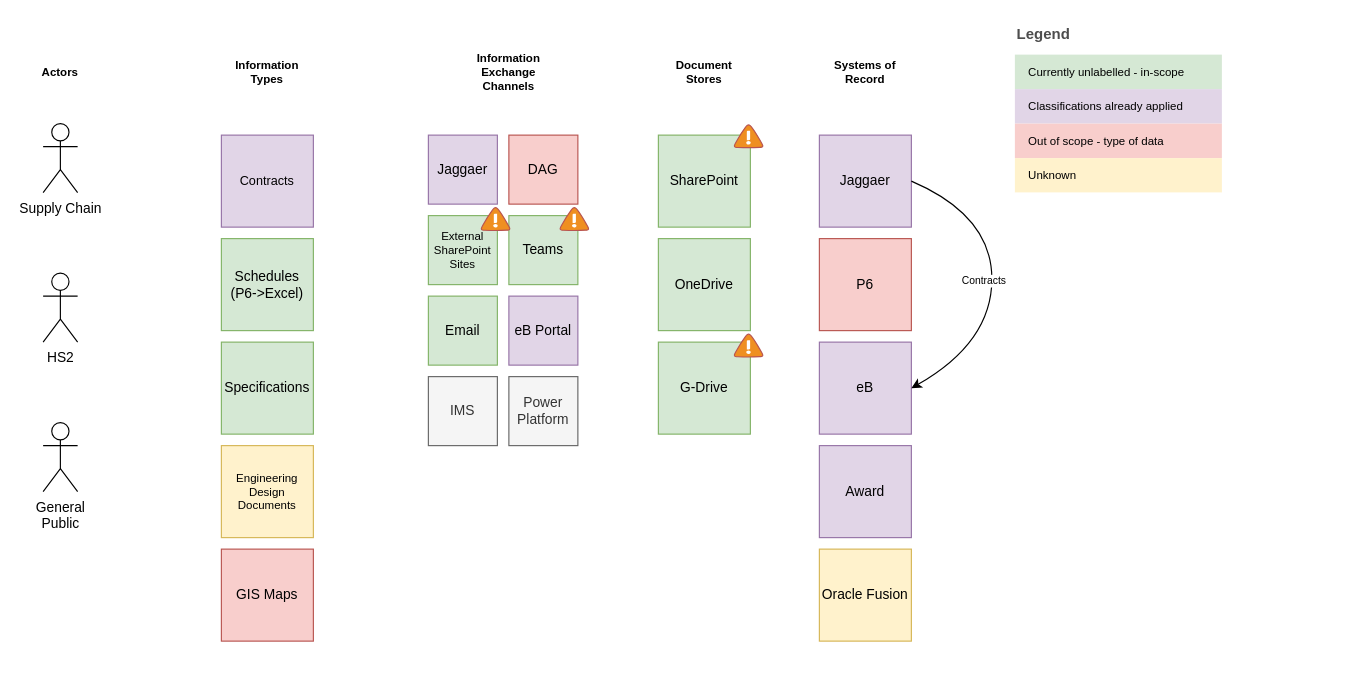
This is page "Page-1" (1 of 2) of DLP.drawio from martinlt/reference, a draw.io file, before an edit. Source tidied: cells renumbered, new cells numbered last; positions are measured from the earlier drawing's top-left corner, leaving out a move shared by most shapes. Both pictures are drawn from the tidied source at 115%, with x=0, y=0 at pixel (25, 20).
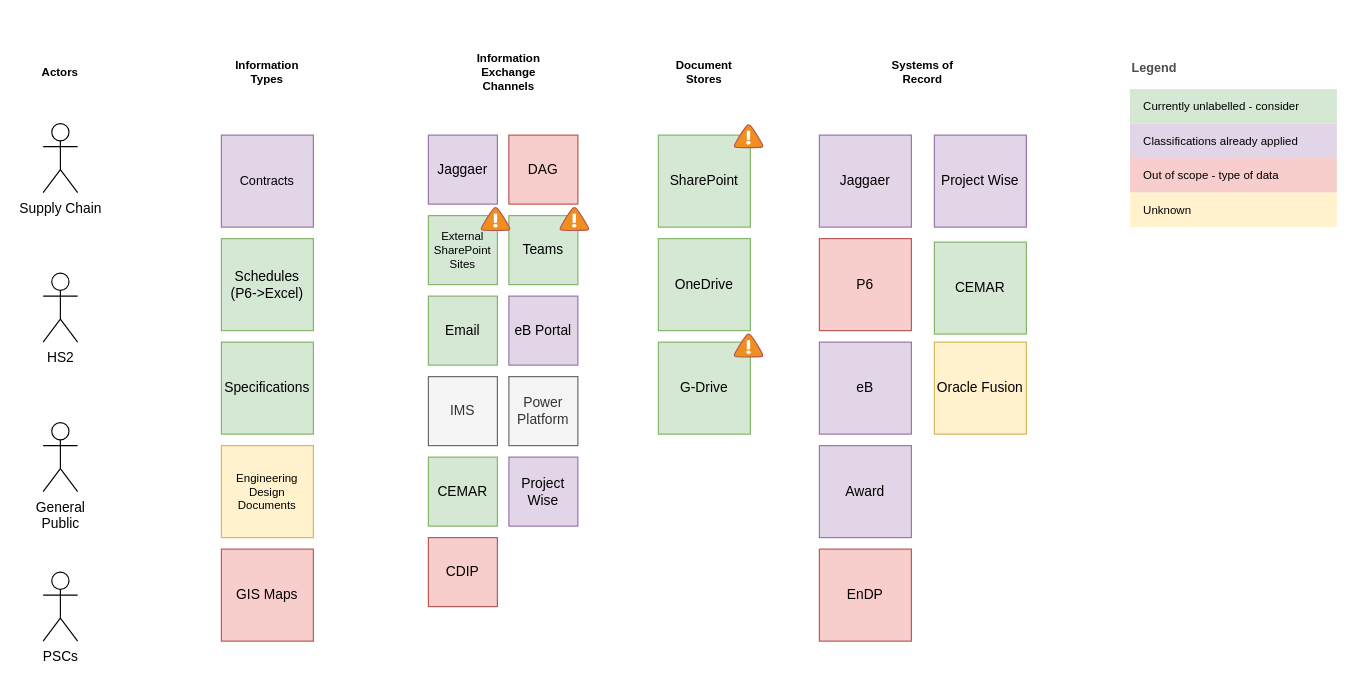
Above is the later version.

The change refers to these unchanged cells:
```xml
<mxCell id="4" value="eB" style="whiteSpace=wrap;html=1;fillColor=#e1d5e7;strokeColor=#9673a6;" parent="1" vertex="1">
  <mxGeometry x="690" y="280" width="80" height="80" as="geometry" />
</mxCell>
<mxCell id="14" value="Jaggaer" style="whiteSpace=wrap;html=1;fillColor=#e1d5e7;strokeColor=#9673a6;" parent="1" vertex="1">
  <mxGeometry x="690" y="100" width="80" height="80" as="geometry" />
</mxCell>
```

What changed in the source:
```diff
@@
     <mxCell id="18" value="Systems of Record" style="text;html=1;strokeColor=none;fillColor=none;align=center;verticalAlign=middle;whiteSpace=wrap;rounded=0;fontSize=10;fontStyle=1;" parent="1" vertex="1">
-      <mxGeometry x="700" y="30" width="60" height="30" as="geometry" />
+      <mxGeometry x="750" y="30" width="60" height="30" as="geometry" />
     </mxCell>
@@
-    <mxCell id="27" value="Legend" style="align=left;fontSize=13;fontStyle=1;strokeColor=none;fillColor=none;fontColor=#4D4D4D;spacingTop=-8;" parent="1" vertex="1">
-      <mxGeometry x="860" width="180" height="30" as="geometry" />
+    <mxCell id="27" value="Legend" style="align=left;fontSize=11;fontStyle=1;strokeColor=none;fillColor=none;fontColor=#4D4D4D;spacingTop=-8;" parent="1" vertex="1">
+      <mxGeometry x="960" y="30" width="180" height="30" as="geometry" />
     </mxCell>
     <mxCell id="28" style="shape=table;html=1;whiteSpace=wrap;startSize=0;childLayout=tableLayout;fillColor=none;align=left;spacingLeft=10;strokeColor=none;rounded=1;arcSize=11;fontColor=#FFFFFF;fontSize=10;" parent="1" vertex="1">
-      <mxGeometry x="860" y="30" width="180" height="180" as="geometry" />
+      <mxGeometry x="960" y="60" width="180" height="180" as="geometry" />
     </mxCell>
-    <mxCell id="29" value="Currently unlabelled - in-scope" style="shape=partialRectangle;html=1;whiteSpace=wrap;fillColor=#d5e8d4;top=0;left=0;bottom=0;right=0;overflow=hidden;align=left;spacingLeft=10;strokeColor=#82b366;fontSize=10;" parent="28" vertex="1">
+    <mxCell id="29" value="Currently unlabelled - consider" style="shape=partialRectangle;html=1;whiteSpace=wrap;fillColor=#d5e8d4;top=0;left=0;bottom=0;right=0;overflow=hidden;align=left;spacingLeft=10;strokeColor=#82b366;fontSize=10;" parent="28" vertex="1">
       <mxGeometry width="180" height="30" as="geometry" />
     </mxCell>
@@
     <mxCell id="35" value="Oracle Fusion" style="whiteSpace=wrap;html=1;fillColor=#fff2cc;strokeColor=#d6b656;" parent="1" vertex="1">
-      <mxGeometry x="690" y="460" width="80" height="80" as="geometry" />
+      <mxGeometry x="790" y="280" width="80" height="80" as="geometry" />
     </mxCell>
-    <mxCell id="36" value="Contracts" style="endArrow=classic;html=1;fontSize=9;exitX=1;exitY=0.5;exitDx=0;exitDy=0;entryX=1;entryY=0.5;entryDx=0;entryDy=0;curved=1;" parent="1" edge="1" source="14" target="4">
-      <mxGeometry y="-7" relative="1" as="geometry">
-        <Array as="points">
-          <mxPoint x="840" y="170" />
-          <mxPoint x="840" y="280" />
-        </Array>
-      </mxGeometry>
-    </mxCell>
@@
+    <mxCell id="44" value="PSCs" style="shape=umlActor;verticalLabelPosition=bottom;verticalAlign=top;html=1;" parent="1" vertex="1">
+      <mxGeometry x="15" y="480" width="30" height="60" as="geometry" />
+    </mxCell>
+    <mxCell id="45" value="Project&lt;br&gt;Wise" style="whiteSpace=wrap;html=1;fillColor=#e1d5e7;strokeColor=#9673a6;" parent="1" vertex="1">
+      <mxGeometry x="420" y="380" width="60" height="60" as="geometry" />
+    </mxCell>
+    <mxCell id="46" value="CEMAR" style="whiteSpace=wrap;html=1;fillColor=#d5e8d4;strokeColor=#82b366;" parent="1" vertex="1">
+      <mxGeometry x="350" y="380" width="60" height="60" as="geometry" />
+    </mxCell>
+    <mxCell id="47" value="CDIP" style="whiteSpace=wrap;html=1;fillColor=#f8cecc;strokeColor=#b85450;" parent="1" vertex="1">
+      <mxGeometry x="350" y="450" width="60" height="60" as="geometry" />
+    </mxCell>
+    <mxCell id="48" value="CEMAR" style="whiteSpace=wrap;html=1;fillColor=#d5e8d4;strokeColor=#82b366;" parent="1" vertex="1">
+      <mxGeometry x="790" y="193" width="80" height="80" as="geometry" />
+    </mxCell>
+    <mxCell id="49" value="Project Wise" style="whiteSpace=wrap;html=1;fillColor=#e1d5e7;strokeColor=#9673a6;" parent="1" vertex="1">
+      <mxGeometry x="790" y="100" width="80" height="80" as="geometry" />
+    </mxCell>
+    <mxCell id="50" value="EnDP" style="whiteSpace=wrap;html=1;fillColor=#f8cecc;strokeColor=#b85450;" parent="1" vertex="1">
+      <mxGeometry x="690" y="460" width="80" height="80" as="geometry" />
+    </mxCell>
```
